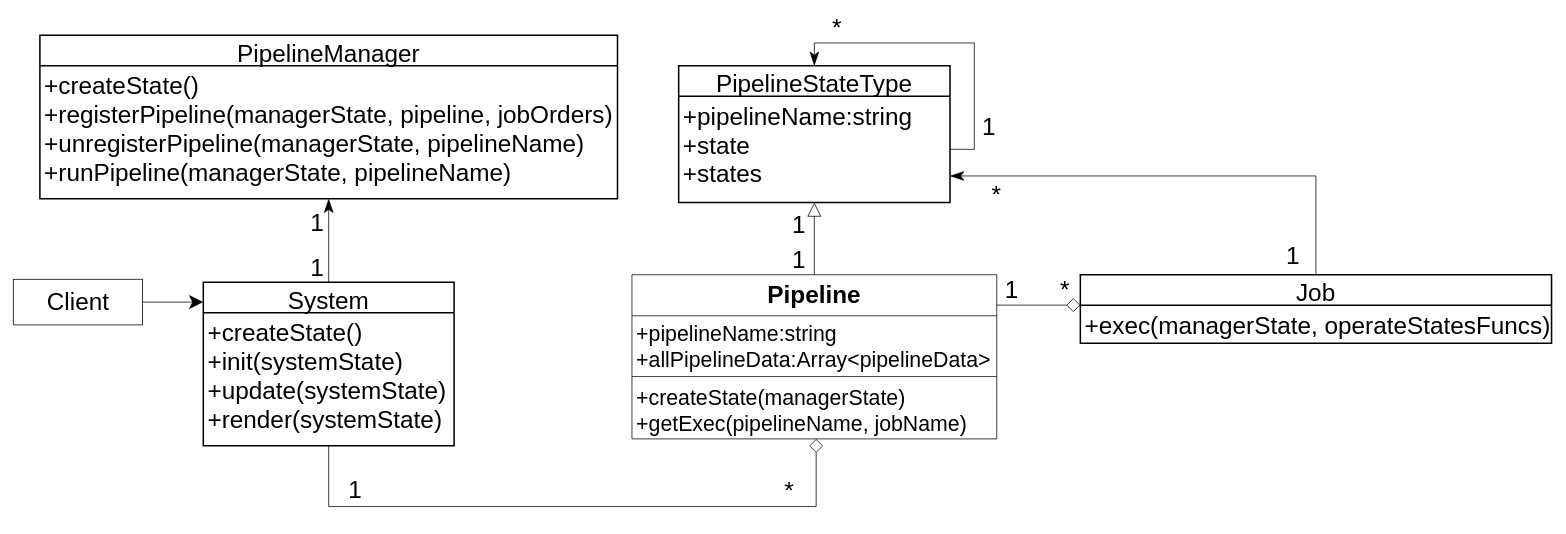
This is packages/管道模式/role_abstract/UML.drawio from yyc-git/3DProgramPattern, a draw.io file, before an edit. Source tidied: cells renumbered, new cells numbered last; positions are measured from the earlier drawing's top-left corner, leaving out a move shared by most shapes. Both pictures are drawn from the tidied source at 76%, with x=0, y=0 at pixel (13, 20).
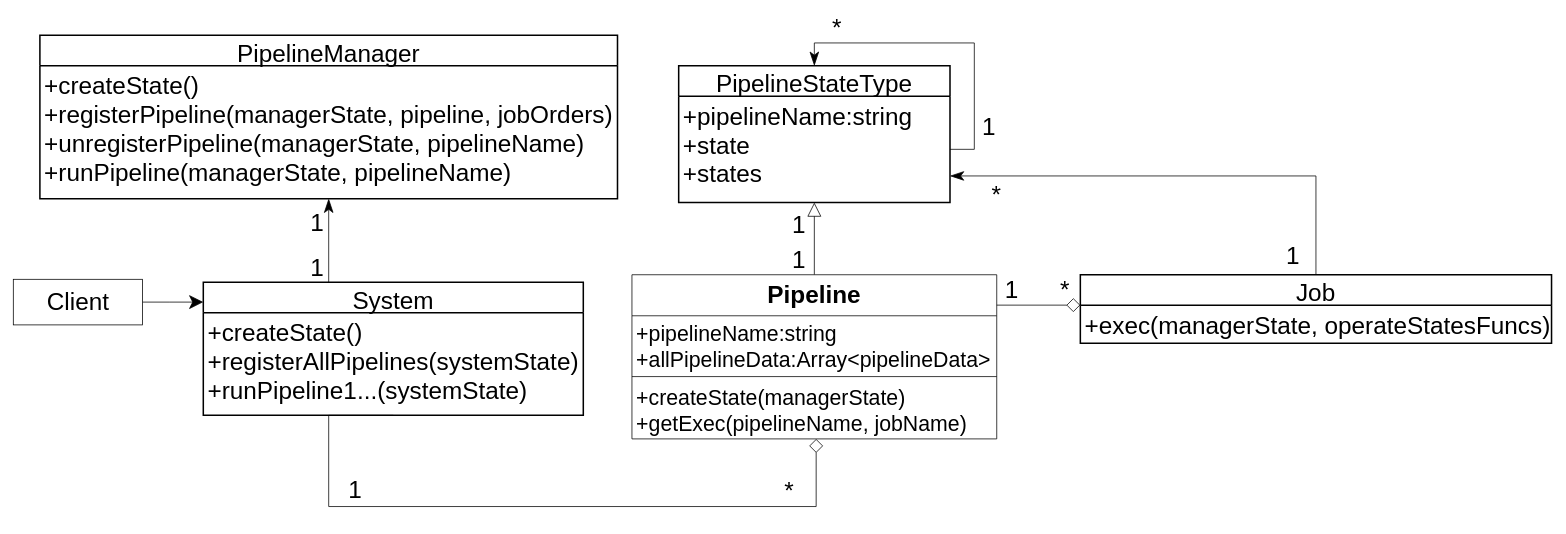
The same diagram, later.

The change refers to these unchanged cells:
```xml
<mxCell id="7" value="+createState()&#10;+registerPipeline(managerState, pipeline, jobOrders)&#10;+unregisterPipeline(managerState, pipelineName)&#10;+runPipeline(managerState, pipelineName)" style="align=left;strokeColor=none;fillColor=none;spacingLeft=4;fontSize=32;verticalAlign=top;" parent="6" vertex="1">
  <mxGeometry y="40" width="760" height="175" as="geometry" />
</mxCell>
```

Diff of the diagram source:
```diff
@@
-    <mxCell id="15" style="edgeStyle=orthogonalEdgeStyle;rounded=0;jettySize=auto;html=1;entryX=0.5;entryY=1;entryDx=0;entryDy=0;fontSize=28;endArrow=classicThin;endFill=1;startSize=16;endSize=16;" parent="1" edge="1" source="16" target="7">
+    <mxCell id="15" style="edgeStyle=orthogonalEdgeStyle;rounded=0;jettySize=auto;html=1;entryX=0.5;entryY=1;entryDx=0;entryDy=0;fontSize=28;endArrow=classicThin;endFill=1;startSize=16;endSize=16;exitX=0.33;exitY=0.003;exitDx=0;exitDy=0;exitPerimeter=0;" parent="1" edge="1" source="16" target="7">
       <mxGeometry relative="1" as="geometry" />
     </mxCell>
     <mxCell id="16" value="System" style="swimlane;horizontal=1;startSize=40;rounded=0;fontSize=32;fontStyle=0;strokeWidth=2;shadow=0;dashed=0;align=center;" parent="1" vertex="1">
-      <mxGeometry x="250" y="345" width="330" height="215" as="geometry" />
+      <mxGeometry x="250" y="345" width="500" height="175" as="geometry" />
     </mxCell>
-    <mxCell id="17" value="+createState()&#10;+init(systemState)&#10;+update(systemState)&#10;+render(systemState)" style="align=left;strokeColor=none;fillColor=none;spacingLeft=4;fontSize=32;verticalAlign=top;" parent="16" vertex="1">
-      <mxGeometry y="40" width="330" height="175" as="geometry" />
+    <mxCell id="17" value="+createState()&#10;+registerAllPipelines(systemState)&#10;+runPipeline1...(systemState)" style="align=left;strokeColor=none;fillColor=none;spacingLeft=4;fontSize=32;verticalAlign=top;" parent="16" vertex="1">
+      <mxGeometry y="40" width="500" height="135" as="geometry" />
     </mxCell>
```
